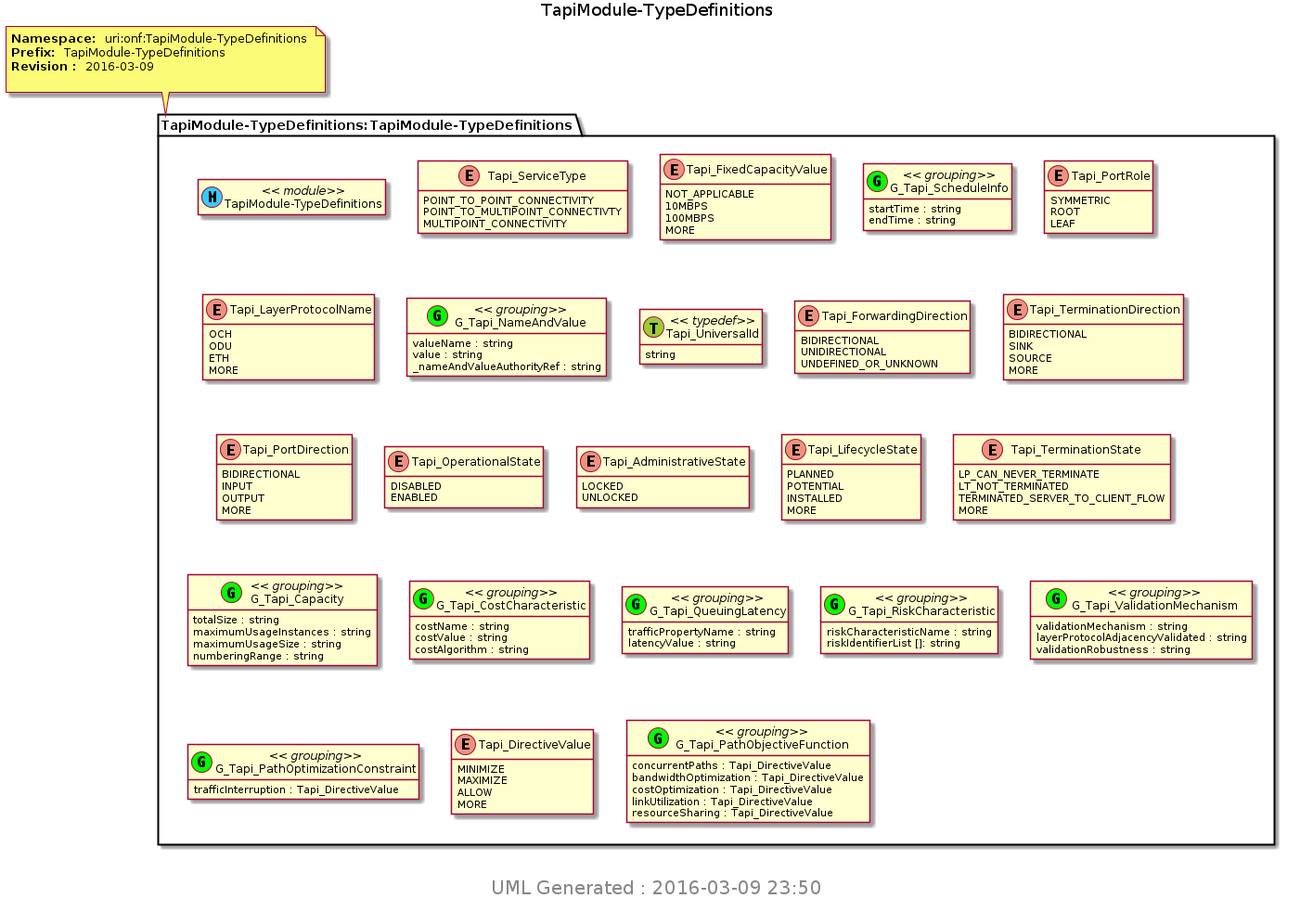
Above: TransportAPI/YANG/pyang_uml/TapiModule-TypeDefinitions.png in Open-Network-Models-and-Interfaces-ONMI/TAPI (PlantUML), before the change.
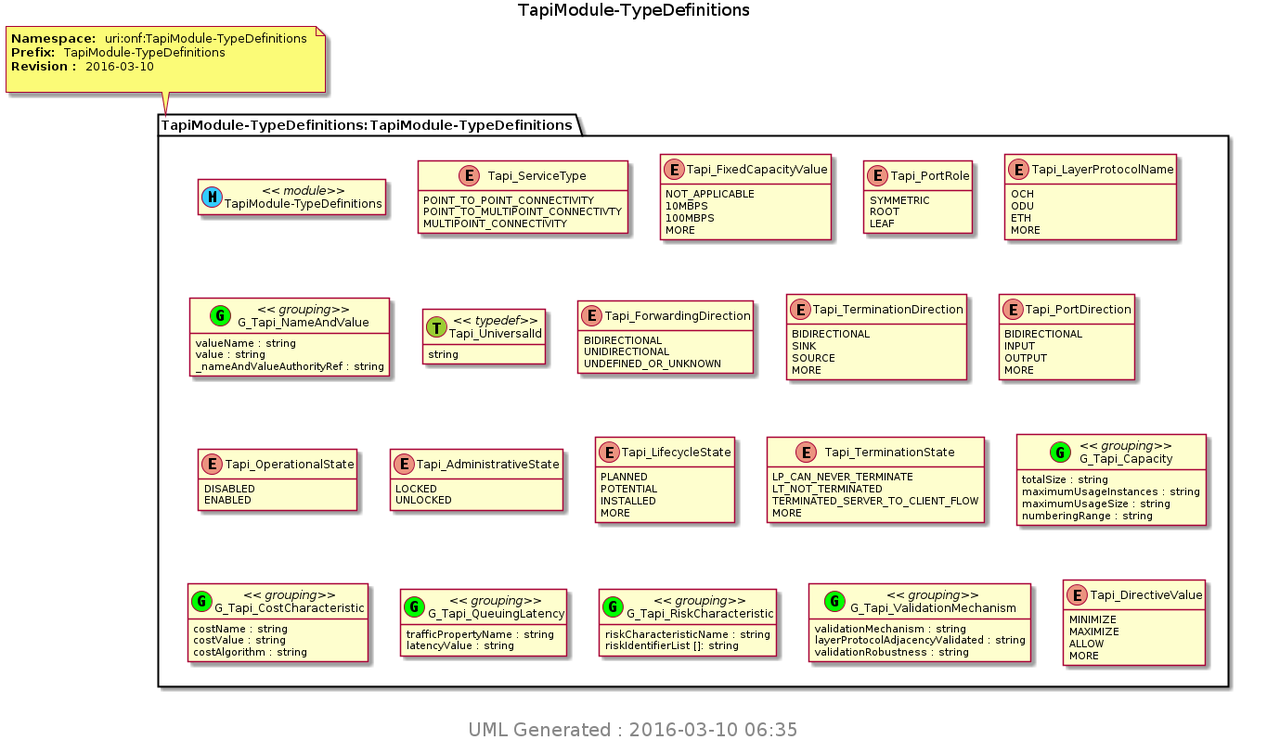
Later version of the same file.

Change to the diagram source:
```diff
@@ -8,7 +8,7 @@
 hide <<leafref>> circle
 page 1x1
 Title TapiModule-TypeDefinitions
-note top of TapiModule_TypeDefinitions_TapiModule_TypeDefinitions : <b>Namespace: </b> uri:onf:TapiModule-TypeDefinitions \n<b>Prefix: </b> TapiModule-TypeDefinitions \n<b>Revision : </b> 2016-03-09 \n
+note top of TapiModule_TypeDefinitions_TapiModule_TypeDefinitions : <b>Namespace: </b> uri:onf:TapiModule-TypeDefinitions \n<b>Prefix: </b> TapiModule-TypeDefinitions \n<b>Revision : </b> 2016-03-10 \n
 package "TapiModule-TypeDefinitions:TapiModule-TypeDefinitions" as TapiModule_TypeDefinitions_TapiModule_TypeDefinitions {
 class "TapiModule-TypeDefinitions" as TapiModule_TypeDefinitions << (M, #33CCFF) module>>
 enum "Tapi_ServiceType" as TapiModule_TypeDefinitions_I_Tapi_ServiceType {
@@ -22,9 +22,6 @@
 100MBPS
 MORE
 }
-class "G_Tapi_ScheduleInfo" as TapiModule_TypeDefinitions_I_G_Tapi_ScheduleInfo_grouping <<(G,Lime) grouping>>
-TapiModule_TypeDefinitions_I_G_Tapi_ScheduleInfo_grouping : startTime : string
-TapiModule_TypeDefinitions_I_G_Tapi_ScheduleInfo_grouping : endTime : string
 enum "Tapi_PortRole" as TapiModule_TypeDefinitions_I_Tapi_PortRole {
 SYMMETRIC
 ROOT
@@ -98,23 +95,15 @@
 TapiModule_TypeDefinitions_I_G_Tapi_ValidationMechanism_grouping : validationMechanism : string
 TapiModule_TypeDefinitions_I_G_Tapi_ValidationMechanism_grouping : layerProtocolAdjacencyValidated : string
 TapiModule_TypeDefinitions_I_G_Tapi_ValidationMechanism_grouping : validationRobustness : string
-class "G_Tapi_PathOptimizationConstraint" as TapiModule_TypeDefinitions_I_G_Tapi_PathOptimizationConstraint_grouping <<(G,Lime) grouping>>
-TapiModule_TypeDefinitions_I_G_Tapi_PathOptimizationConstraint_grouping : trafficInterruption : Tapi_DirectiveValue
 enum "Tapi_DirectiveValue" as TapiModule_TypeDefinitions_I_Tapi_DirectiveValue {
 MINIMIZE
 MAXIMIZE
 ALLOW
 MORE
 }
-class "G_Tapi_PathObjectiveFunction" as TapiModule_TypeDefinitions_I_G_Tapi_PathObjectiveFunction_grouping <<(G,Lime) grouping>>
-TapiModule_TypeDefinitions_I_G_Tapi_PathObjectiveFunction_grouping : concurrentPaths : Tapi_DirectiveValue
-TapiModule_TypeDefinitions_I_G_Tapi_PathObjectiveFunction_grouping : bandwidthOptimization : Tapi_DirectiveValue
-TapiModule_TypeDefinitions_I_G_Tapi_PathObjectiveFunction_grouping : costOptimization : Tapi_DirectiveValue
-TapiModule_TypeDefinitions_I_G_Tapi_PathObjectiveFunction_grouping : linkUtilization : Tapi_DirectiveValue
-TapiModule_TypeDefinitions_I_G_Tapi_PathObjectiveFunction_grouping : resourceSharing : Tapi_DirectiveValue
 }
 
 center footer
- <size:20> UML Generated : 2016-03-09 23:50 </size>
+ <size:20> UML Generated : 2016-03-10 06:35 </size>
  endfooter
 @enduml
```
